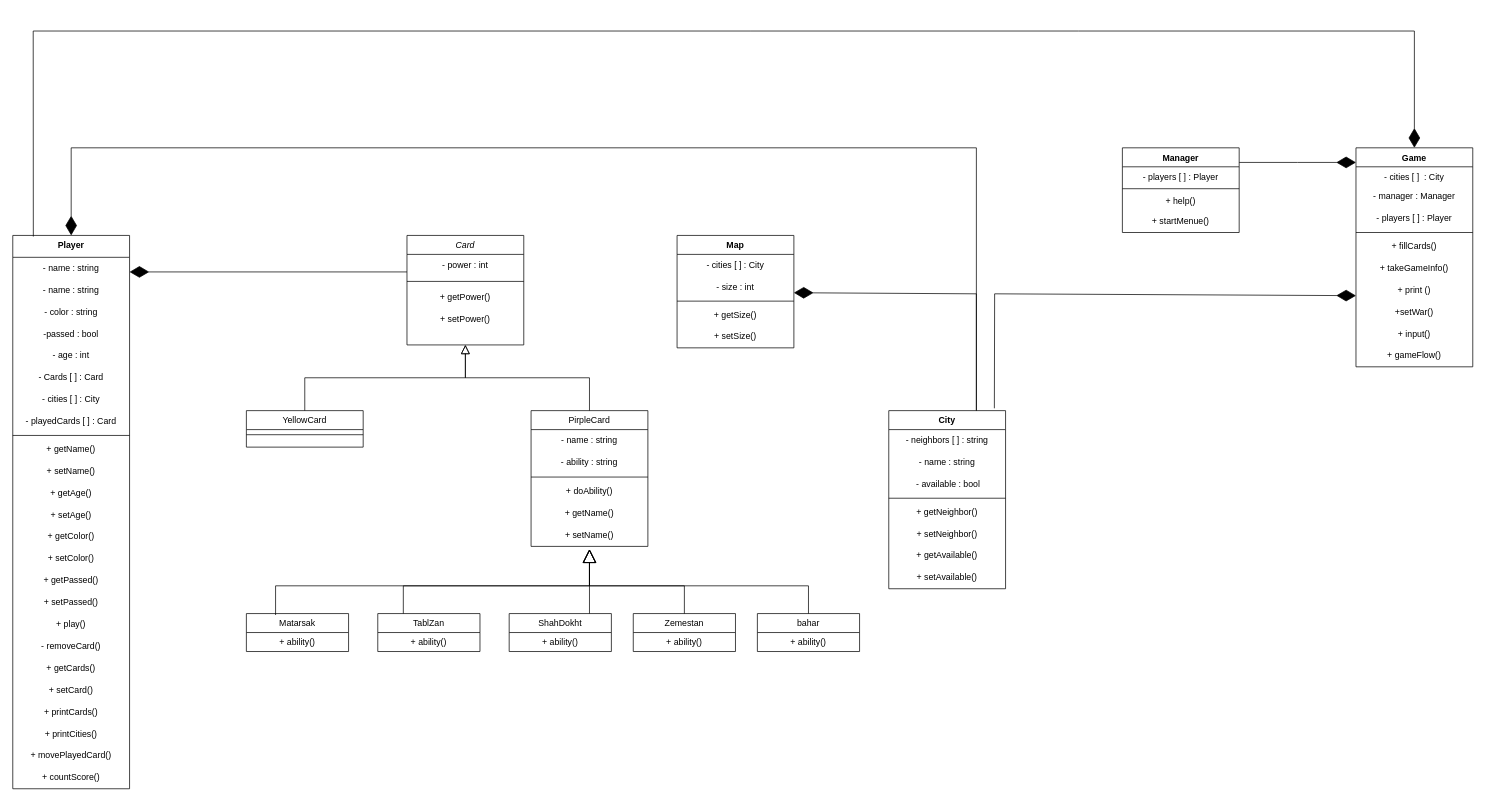
Mehrdad386/Rakab keeps this draw.io diagram as first_part.drawio. Above is the earlier version. Source tidied: cells renumbered, new cells numbered last; positions are measured from the earlier drawing's top-left corner, leaving out a move shared by most shapes. Both pictures are drawn from the tidied source at 73%, with x=0, y=0 at pixel (12, 31).
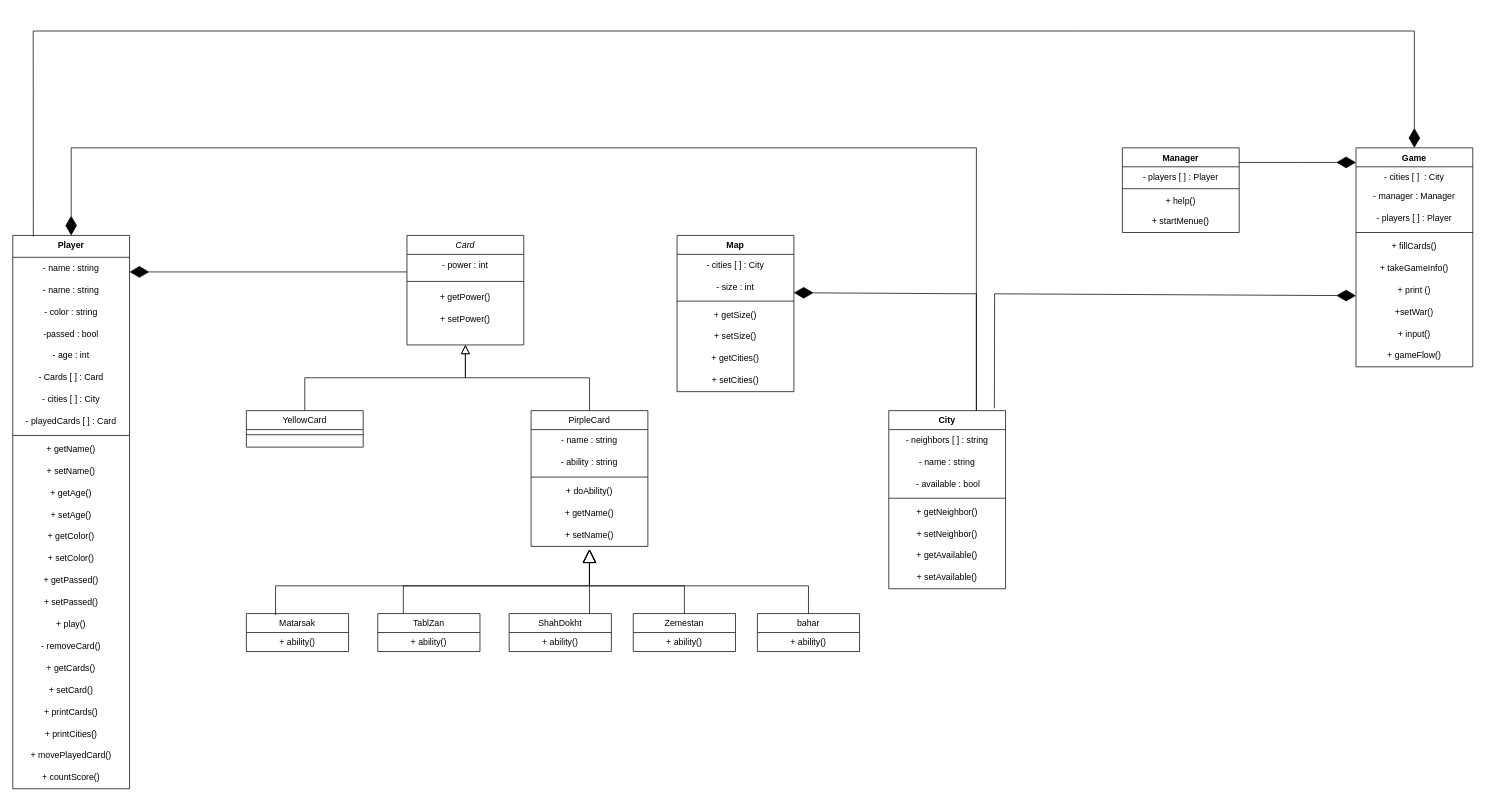
After the change.

Diff of the diagram source:
```diff
@@
     <mxCell id="18" value="Map" style="swimlane;fontStyle=1;align=center;verticalAlign=top;horizontal=1;startSize=26;whiteSpace=wrap;html=1;" parent="1" vertex="1">
-      <mxGeometry x="910" y="280" width="160" height="154" as="geometry" />
+      <mxGeometry x="910" y="280" width="160" height="214" as="geometry" />
     </mxCell>
@@
+    <mxCell id="96" value="+ getCities()" style="text;strokeColor=none;align=center;fillColor=none;html=1;verticalAlign=middle;whiteSpace=wrap;rounded=0;" parent="18" vertex="1">
+      <mxGeometry y="154" width="160" height="30" as="geometry" />
+    </mxCell>
+    <mxCell id="97" value="+ setCities()" style="text;strokeColor=none;align=center;fillColor=none;html=1;verticalAlign=middle;whiteSpace=wrap;rounded=0;" parent="18" vertex="1">
+      <mxGeometry y="184" width="160" height="30" as="geometry" />
+    </mxCell>
```
